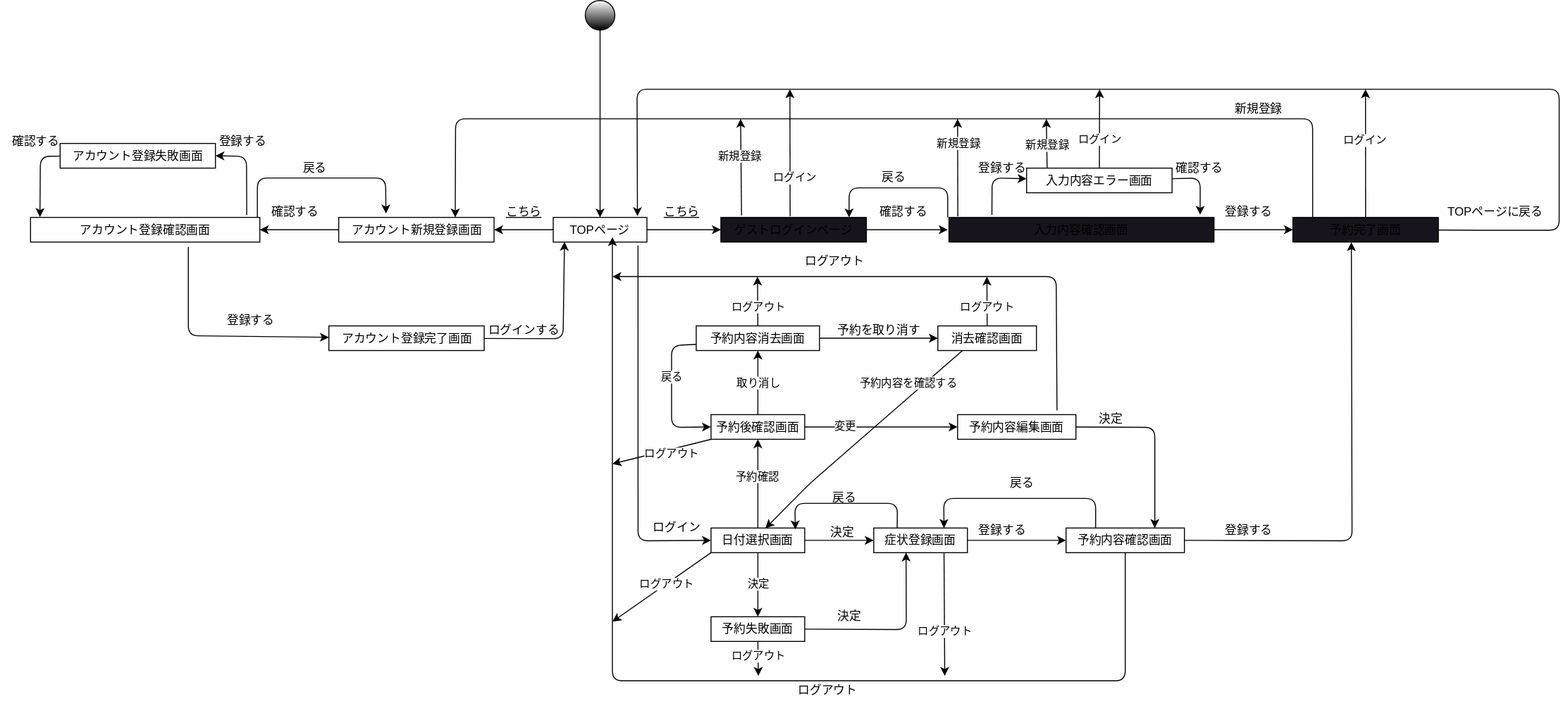
Earlier version of the draw.io export pj.drawio.svg (sakamotoshuri/uml_introduction). Source tidied: cells renumbered, new cells last; positions are measured from the earlier drawing's top-left corner, leaving out a move shared by most shapes.
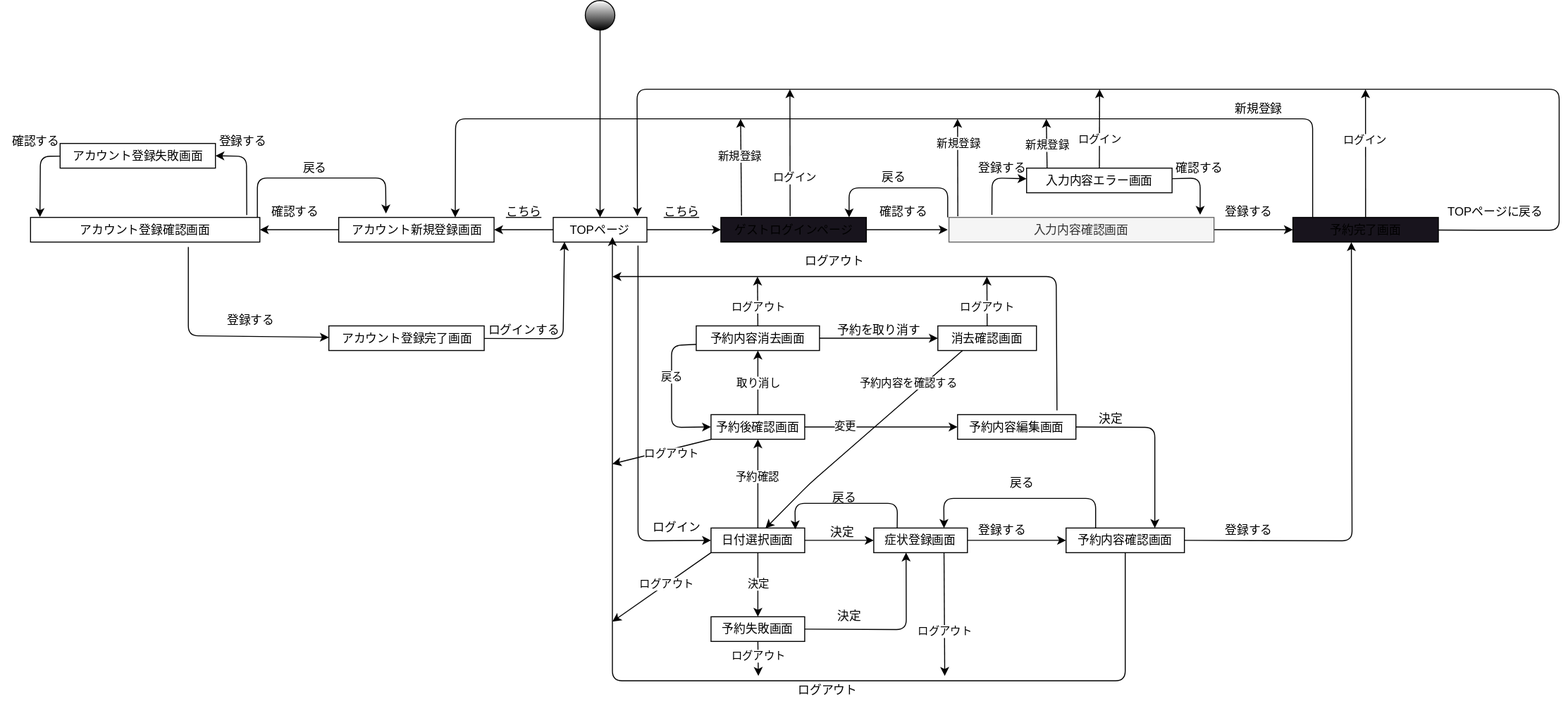
After the change.

Diff of the diagram source:
```diff
@@ -488,7 +488,7 @@
     <mxCell id="109" value="ログアウト" style="text;html=1;align=center;verticalAlign=middle;strokeColor=none;fillColor=none;" parent="1" vertex="1">
       <mxGeometry x="805" y="250" width="80" height="30" as="geometry" />
     </mxCell>
-    <mxCell id="110" value="入力内容確認画面" style="whiteSpace=wrap;html=1;gradientColor=none;fillColor=#18141D;" parent="1" vertex="1">
+    <mxCell id="110" value="入力内容確認画面" style="whiteSpace=wrap;html=1;fillColor=#f5f5f5;fontColor=#333333;strokeColor=#666666;" parent="1" vertex="1">
       <mxGeometry x="961.2" y="220" width="268.8" height="25" as="geometry" />
     </mxCell>
   </root>
```
